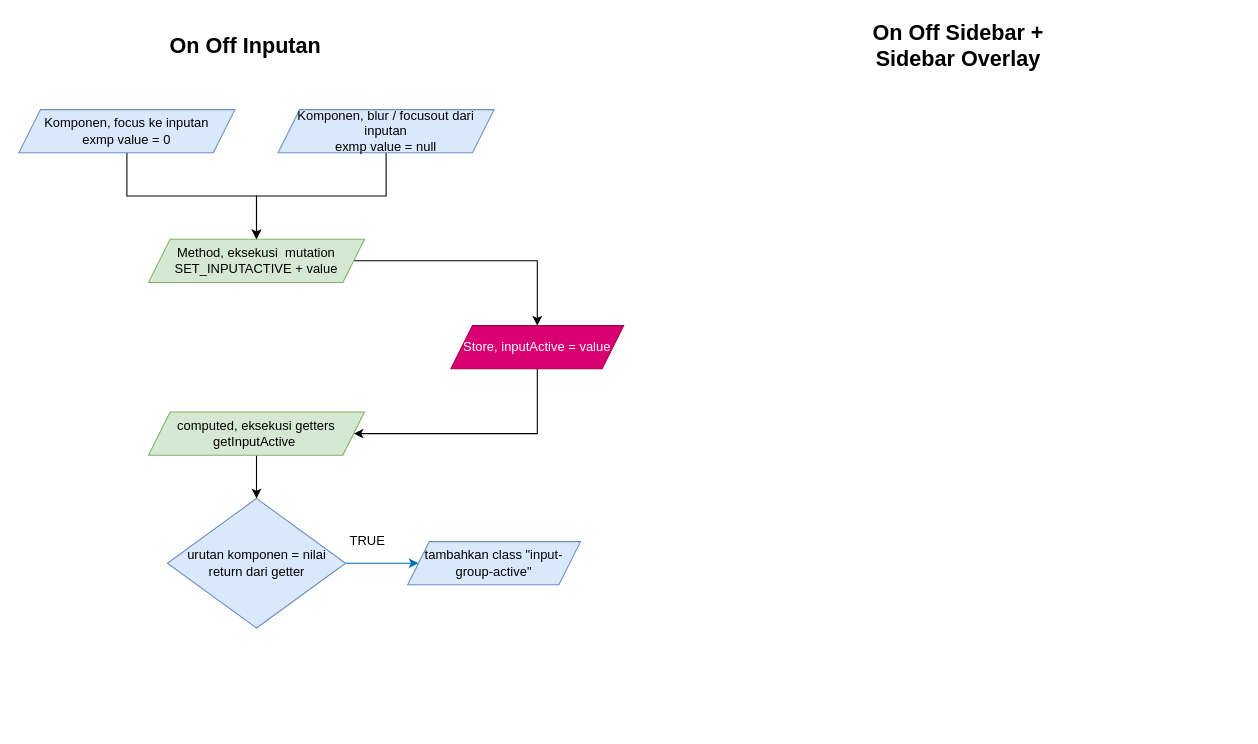
The draw.io diagram Untitled Diagram.drawio in webprogrammingunpas/wpu-resolusi, before the edit. Source tidied: cells renumbered, new cells numbered last; positions are measured from the earlier drawing's top-left corner, leaving out a move shared by most shapes. Both pictures are drawn from the tidied source at 108%, with x=0, y=0 at pixel (18, 23).
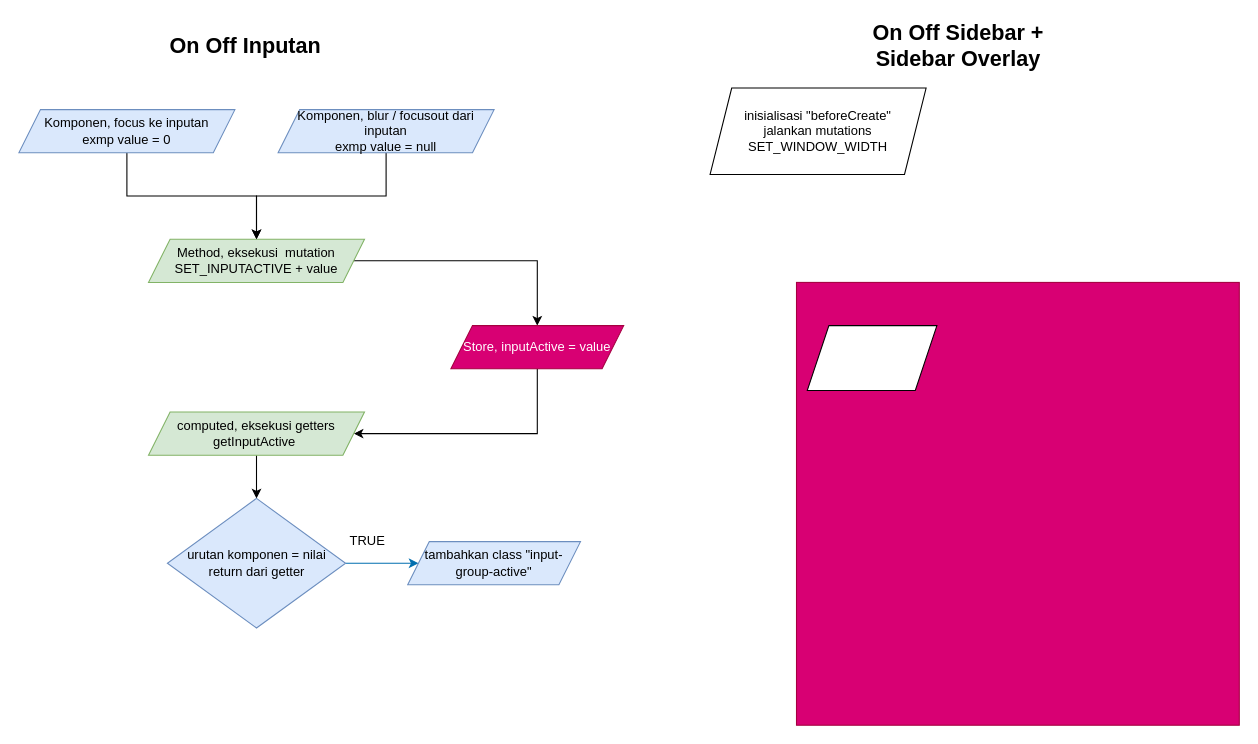
After the change.

Diff of the diagram source:
```diff
@@
+    <mxCell id="19" value="inisialisasi &quot;beforeCreate&quot;&lt;br&gt;jalankan mutations SET_WINDOW_WIDTH" style="shape=parallelogram;perimeter=parallelogramPerimeter;whiteSpace=wrap;html=1;fixedSize=1;" parent="1" vertex="1">
+      <mxGeometry x="640" y="60" width="200" height="80" as="geometry" />
+    </mxCell>
+    <mxCell id="20" style="whiteSpace=wrap;html=1;fillColor=#d80073;strokeColor=#A50040;fontColor=#ffffff;" parent="1" vertex="1">
+      <mxGeometry x="720" y="240" width="410" height="410" as="geometry" />
+    </mxCell>
+    <mxCell id="21" style="shape=parallelogram;perimeter=parallelogramPerimeter;whiteSpace=wrap;html=1;fixedSize=1;" parent="1" vertex="1">
+      <mxGeometry x="730" y="280" width="120" height="60" as="geometry" />
+    </mxCell>
```
